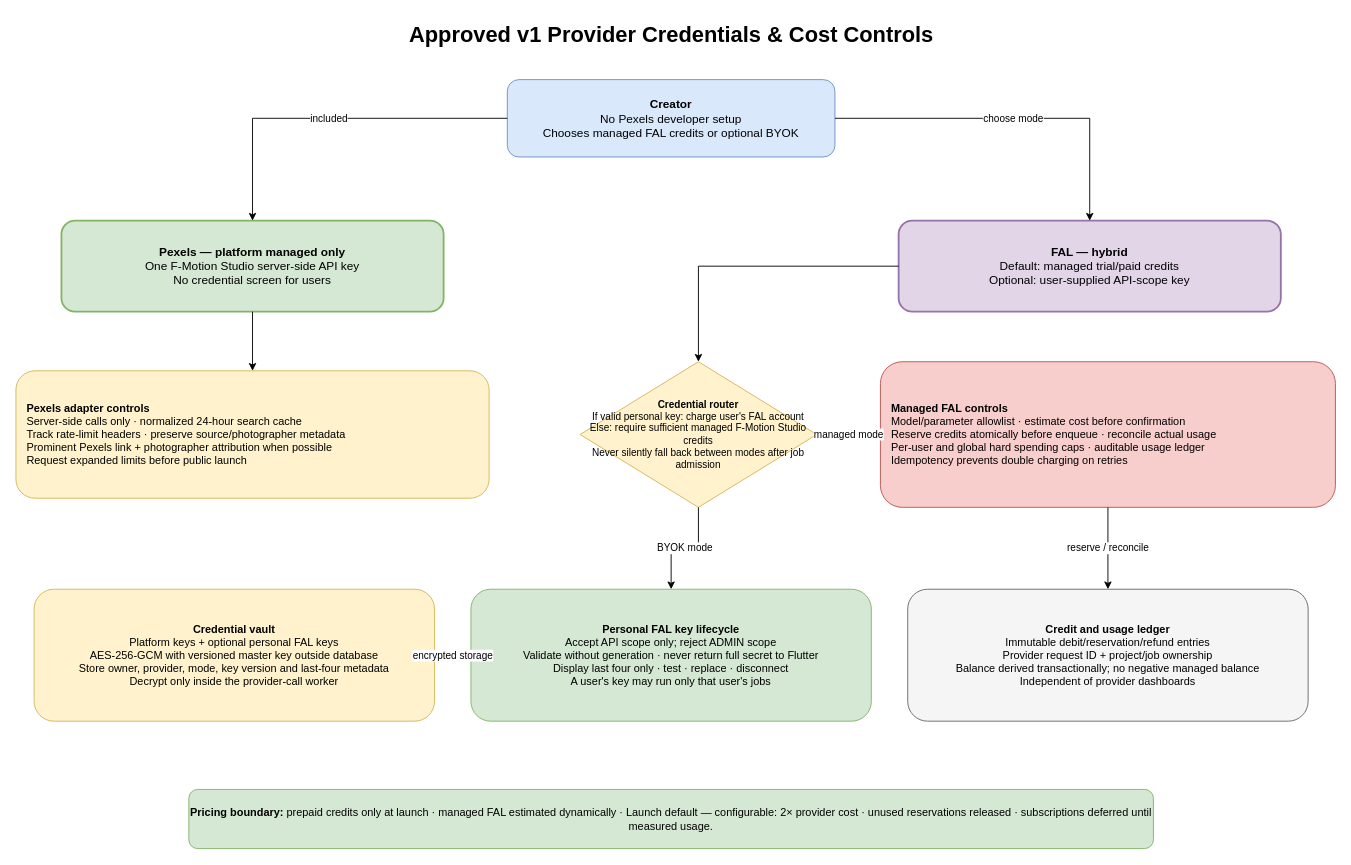
Before: page "5. Providers & Cost Controls" (5 of 11) of docs/architecture/f-motion.drawio in ivanillka/f-motion, a draw.io diagram. Source tidied: cells renumbered, new cells numbered last; positions are measured from the earlier drawing's top-left corner, leaving out a move shared by most shapes. Both pictures are drawn from the tidied source at 91%, with x=0, y=0 at pixel (15, 15).
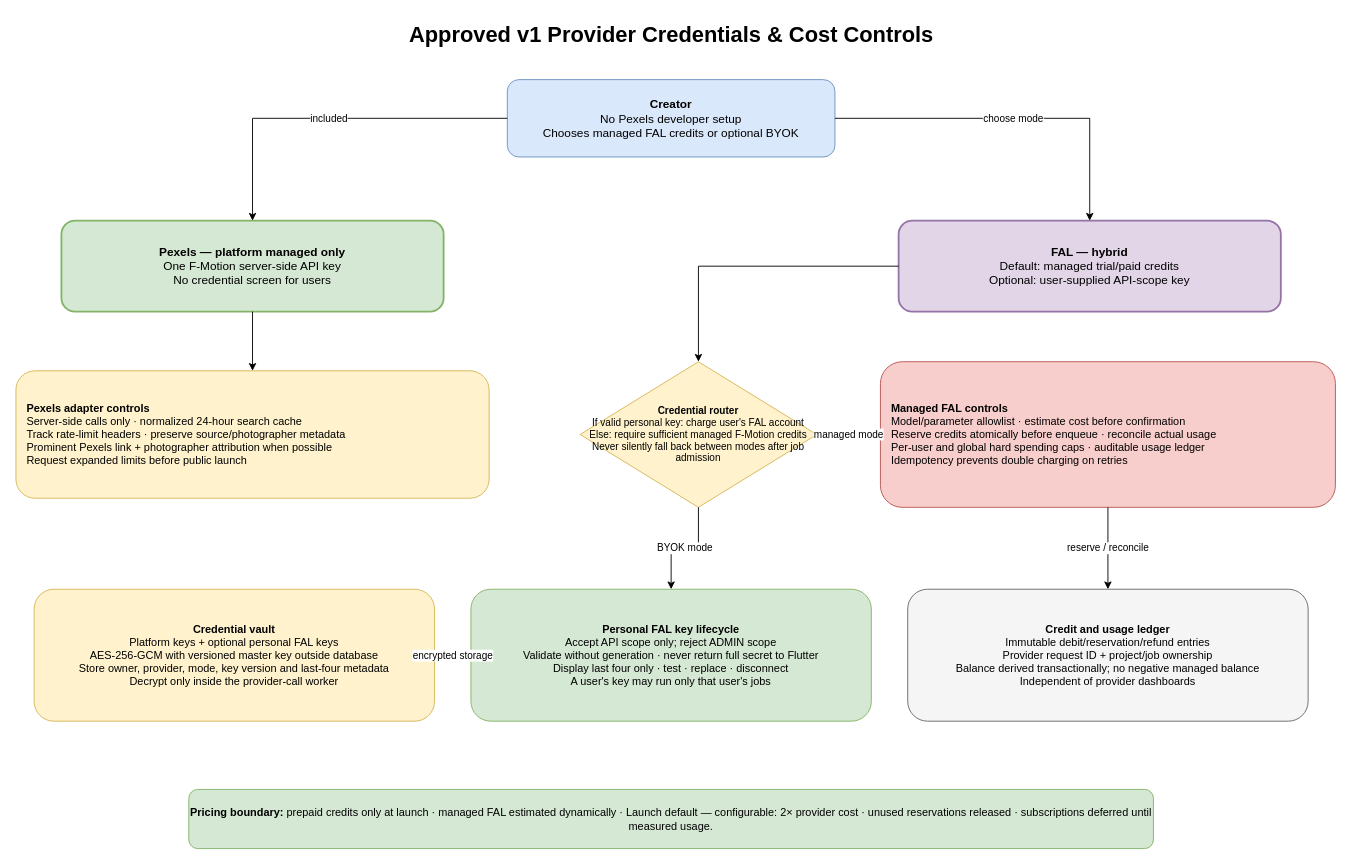
Above is the later version.

Commit message (it also covers changes not shown here):
Refine F-Motion design gate

The edit, as a diff of the source:
```diff
@@
-    <mxCell id="4" value="&lt;b&gt;Pexels — platform managed only&lt;/b&gt;&lt;br&gt;One F-Motion Studio server-side API key&lt;br&gt;No credential screen for users" style="rounded=1;whiteSpace=wrap;html=1;fillColor=#d5e8d4;strokeColor=#82b366;strokeWidth=2;fontSize=13;" parent="1" vertex="1">
+    <mxCell id="4" value="&lt;b&gt;Pexels — platform managed only&lt;/b&gt;&lt;br&gt;One F-Motion server-side API key&lt;br&gt;No credential screen for users" style="rounded=1;whiteSpace=wrap;html=1;fillColor=#d5e8d4;strokeColor=#82b366;strokeWidth=2;fontSize=13;" parent="1" vertex="1">
       <mxGeometry x="50" y="225" width="420" height="100" as="geometry" />
     </mxCell>
@@
-    <mxCell id="7" value="&lt;b&gt;Credential router&lt;/b&gt;&lt;br&gt;If valid personal key: charge user's FAL account&lt;br&gt;Else: require sufficient managed F-Motion Studio credits&lt;br&gt;Never silently fall back between modes after job admission" style="rhombus;whiteSpace=wrap;html=1;fillColor=#fff2cc;strokeColor=#d6b656;fontSize=11;" parent="1" vertex="1">
+    <mxCell id="7" value="&lt;b&gt;Credential router&lt;/b&gt;&lt;br&gt;If valid personal key: charge user's FAL account&lt;br&gt;Else: require sufficient managed F-Motion credits&lt;br&gt;Never silently fall back between modes after job admission" style="rhombus;whiteSpace=wrap;html=1;fillColor=#fff2cc;strokeColor=#d6b656;fontSize=11;" parent="1" vertex="1">
       <mxGeometry x="620" y="380" width="260" height="160" as="geometry" />
     </mxCell>
```
